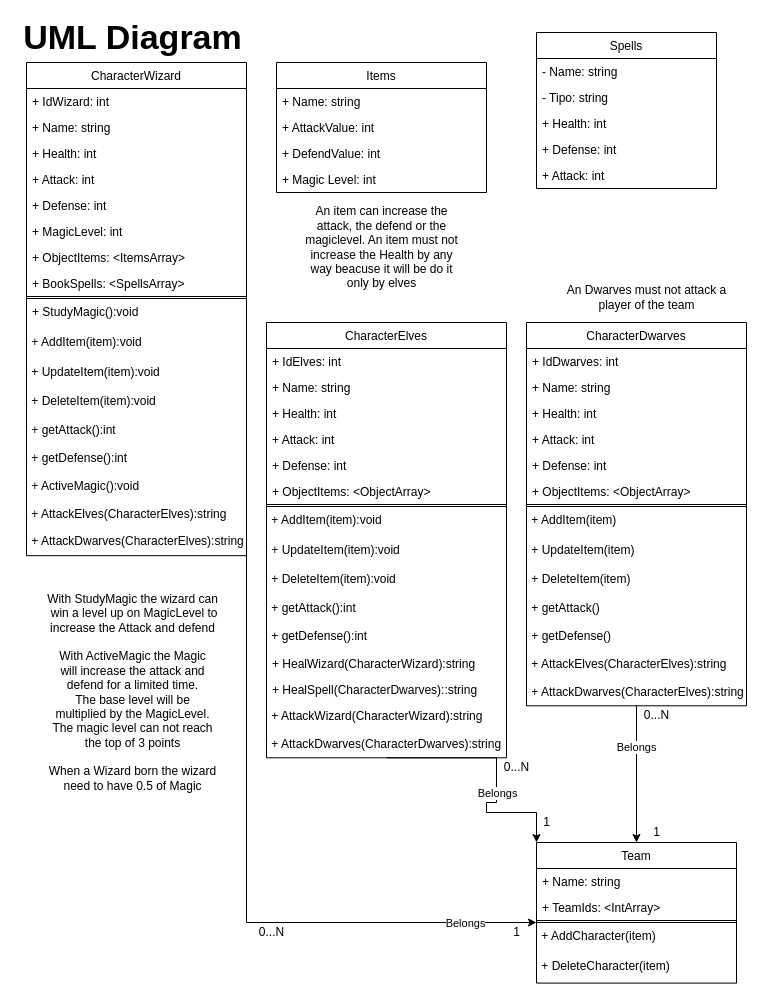
Above: Assets/Diagram.drawio in kevinalvarezvicente/PII_Equipo8_RoleplayGame (draw.io), before the change. Source tidied: cells renumbered, new cells numbered last; positions are measured from the earlier drawing's top-left corner, leaving out a move shared by most shapes. Both pictures are drawn from the tidied source at 100%, with x=0, y=0 at pixel (17, 22).
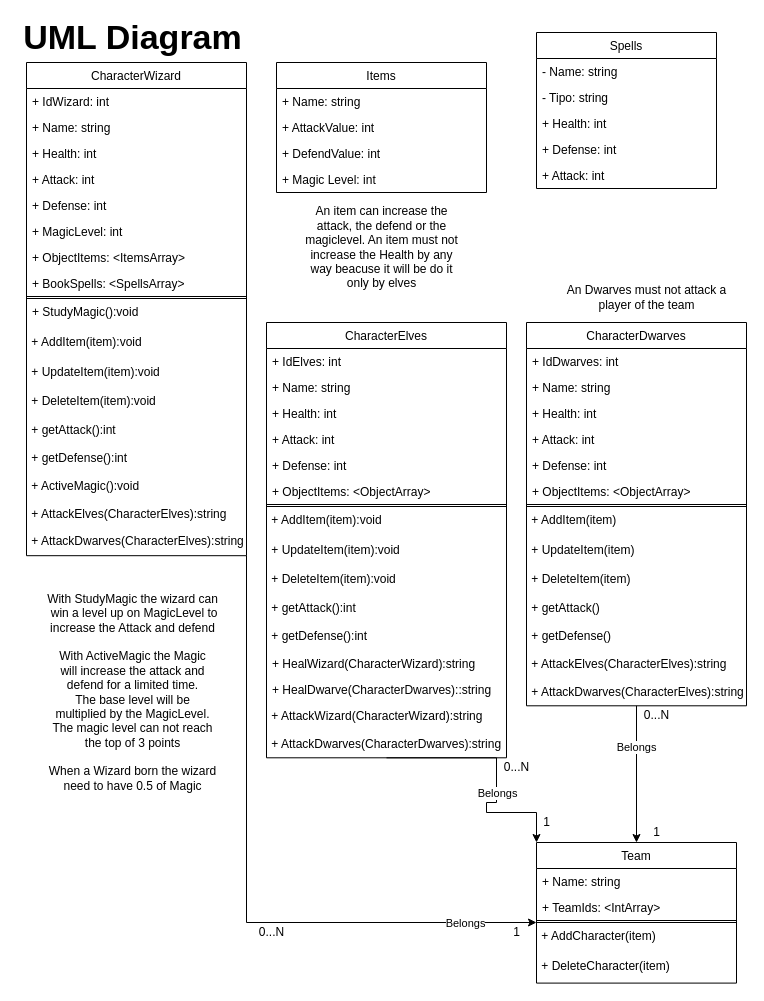
The same diagram, later.

Unchanged cells that the change refers to:
```xml
<mxCell id="49" value="CharacterElves" style="swimlane;fontStyle=0;horizontal=1;startSize=26;fillColor=none;" parent="1" vertex="1">
  <mxGeometry x="249" y="300" width="240" height="435.3" as="geometry" />
</mxCell>
```

Diff of the diagram source:
```diff
@@
-    <mxCell id="64" value="+ HealSpell(CharacterDwarves)::string" style="text;strokeColor=none;fillColor=none;align=left;verticalAlign=top;spacingLeft=4;spacingRight=4;overflow=hidden;" parent="49" vertex="1">
+    <mxCell id="64" value="+ HealDwarve(CharacterDwarves)::string" style="text;strokeColor=none;fillColor=none;align=left;verticalAlign=top;spacingLeft=4;spacingRight=4;overflow=hidden;" parent="49" vertex="1">
       <mxGeometry y="353.7" width="240" height="26" as="geometry" />
     </mxCell>
```
